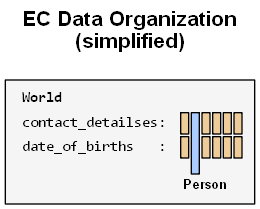
Earlier version of the Graphviz export assets/images/data_ec.dot.png (azriel91/ecs_paradigm). Its source is kept beside it as assets/dot/data_ec.dot.
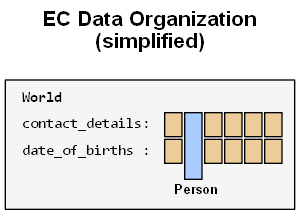
Above is the later version.

Change to the diagram source:
```diff
@@ -19,11 +19,11 @@
     world [
         label = <<table border="0" cellborder="0">
             <tr><td align="left"><b>World</b></td></tr>
-            <tr cellspacing="0"><td align="left">contact_detailses: </td><td border="1" bgcolor="#eecc99"></td><td border="1" bgcolor="#aaccff" rowspan="4"></td><td border="1" bgcolor="#eecc99"></td><td border="1" bgcolor="#eecc99"></td><td border="1" bgcolor="#eecc99"></td><td border="1" bgcolor="#eecc99"></td></tr>
-            <tr cellspacing="0"><td align="left">date_of_births   : </td><td border="1" bgcolor="#eecc99"></td>                                                  <td border="1" bgcolor="#eecc99"></td><td border="1" bgcolor="#eecc99"></td><td border="1" bgcolor="#eecc99"></td><td border="1" bgcolor="#eecc99"></td></tr>
+            <tr cellspacing="0"><td align="left">contact_details: </td><td border="1" bgcolor="#eecc99">&nbsp;</td><td border="1" bgcolor="#aaccff" rowspan="4">&nbsp;</td><td border="1" bgcolor="#eecc99">&nbsp;</td><td border="1" bgcolor="#eecc99">&nbsp;</td><td border="1" bgcolor="#eecc99">&nbsp;</td><td border="1" bgcolor="#eecc99">&nbsp;</td></tr>
+            <tr cellspacing="0"><td align="left">date_of_births : </td><td border="1" bgcolor="#eecc99">&nbsp;</td>                                                        <td border="1" bgcolor="#eecc99">&nbsp;</td><td border="1" bgcolor="#eecc99">&nbsp;</td><td border="1" bgcolor="#eecc99">&nbsp;</td><td border="1" bgcolor="#eecc99">&nbsp;</td></tr>
             <tr cellspacing="0"><td></td></tr>
             <tr cellspacing="0"><td></td></tr>
-            <tr cellspacing="0"><td colspan="6" align="right"><font face="Arial" point-size="10"><b>Person</b></font></td></tr>
+            <tr cellspacing="0"><td colspan="4" align="right"><font face="Arial" point-size="10"><b>Person</b></font></td></tr>
         </table>>,
     ];
 }
```
